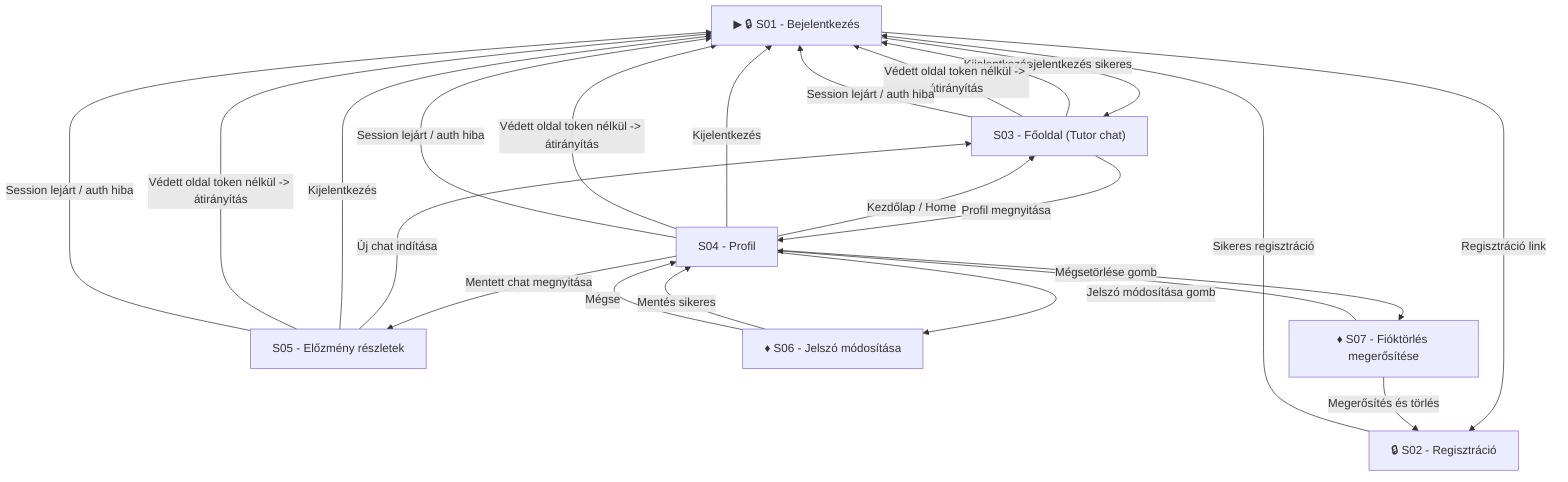
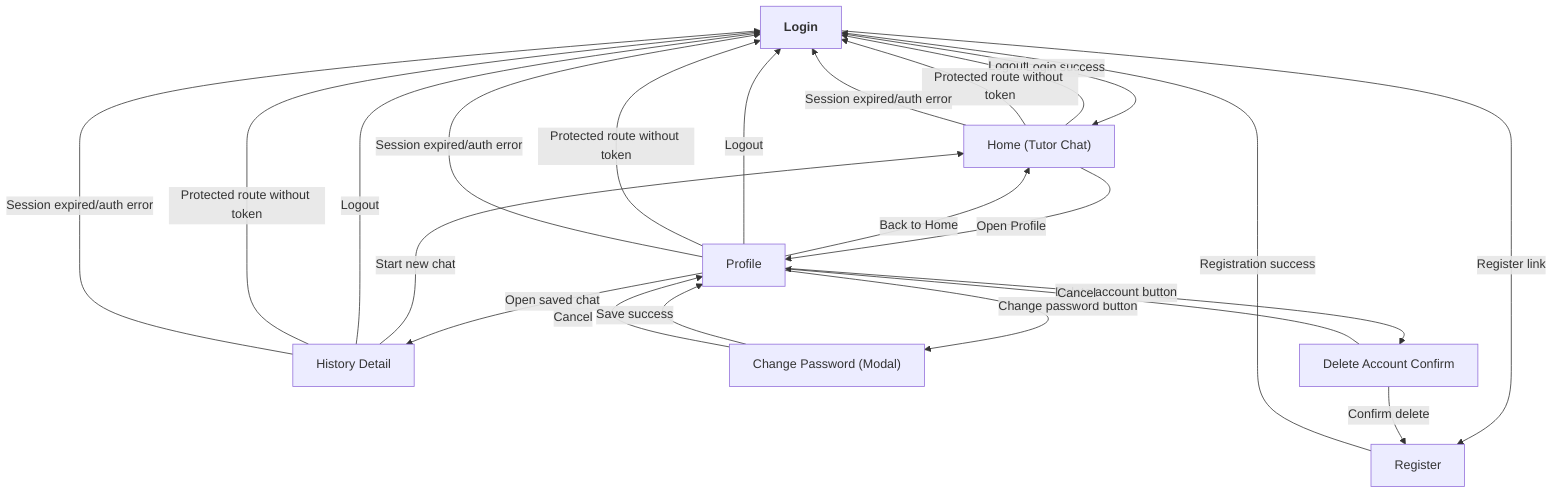
flowchart TD
-   S01["▶ 🔒 S01 - Bejelentkezés"]
-   S02["🔒 S02 - Regisztráció"]
-   S03["S03 - Főoldal (Tutor chat)"]
-   S04["S04 - Profil"]
-   S05["S05 - Előzmény részletek"]
-   S06["♦ S06 - Jelszó módosítása"]
-   S07["♦ S07 - Fióktörlés megerősítése"]
+   S01["<b>Login</b>"]
+   S02["Register"]
+   S03["Home (Tutor Chat)"]
+   S04["Profile"]
+   S05["History Detail"]
+   S06["Change Password (Modal)"]
+   S07["Delete Account Confirm"]

-   S01 -->|Regisztráció link| S02
-   S02 -->|Sikeres regisztráció| S01
-   S01 -->|Bejelentkezés sikeres| S03
+   S01 -->|Register link| S02
+   S02 -->|Registration success| S01
+   S01 -->|Login success| S03

-   S03 -->|Profil megnyitása| S04
-   S04 -->|Kezdőlap / Home| S03
+   S03 -->|Open Profile| S04
+   S04 -->|Back to Home| S03

-   S04 -->|Mentett chat megnyitása| S05
-   S05 -->|Új chat indítása| S03
+   S04 -->|Open saved chat| S05
+   S05 -->|Start new chat| S03

-   S04 -->|Jelszó módosítása gomb| S06
-   S06 -->|Mentés sikeres| S04
-   S06 -->|Mégse| S04
+   S04 -->|Change password button| S06
+   S06 -->|Save success| S04
+   S06 -->|Cancel| S04

-   S04 -->|Fiók törlése gomb| S07
-   S07 -->|Megerősítés és törlés| S02
-   S07 -->|Mégse| S04
+   S04 -->|Delete account button| S07
+   S07 -->|Confirm delete| S02
+   S07 -->|Cancel| S04

-   S03 -->|Kijelentkezés| S01
-   S04 -->|Kijelentkezés| S01
-   S05 -->|Kijelentkezés| S01
+   S03 -->|Logout| S01
+   S04 -->|Logout| S01
+   S05 -->|Logout| S01

-   S03 -->|Védett oldal token nélkül -> átirányítás| S01
-   S04 -->|Védett oldal token nélkül -> átirányítás| S01
-   S05 -->|Védett oldal token nélkül -> átirányítás| S01
+   S03 -->|Protected route without token| S01
+   S04 -->|Protected route without token| S01
+   S05 -->|Protected route without token| S01

-   S03 -->|Session lejárt / auth hiba| S01
-   S04 -->|Session lejárt / auth hiba| S01
-   S05 -->|Session lejárt / auth hiba| S01+   S03 -->|Session expired/auth error| S01
+   S04 -->|Session expired/auth error| S01
+   S05 -->|Session expired/auth error| S01
